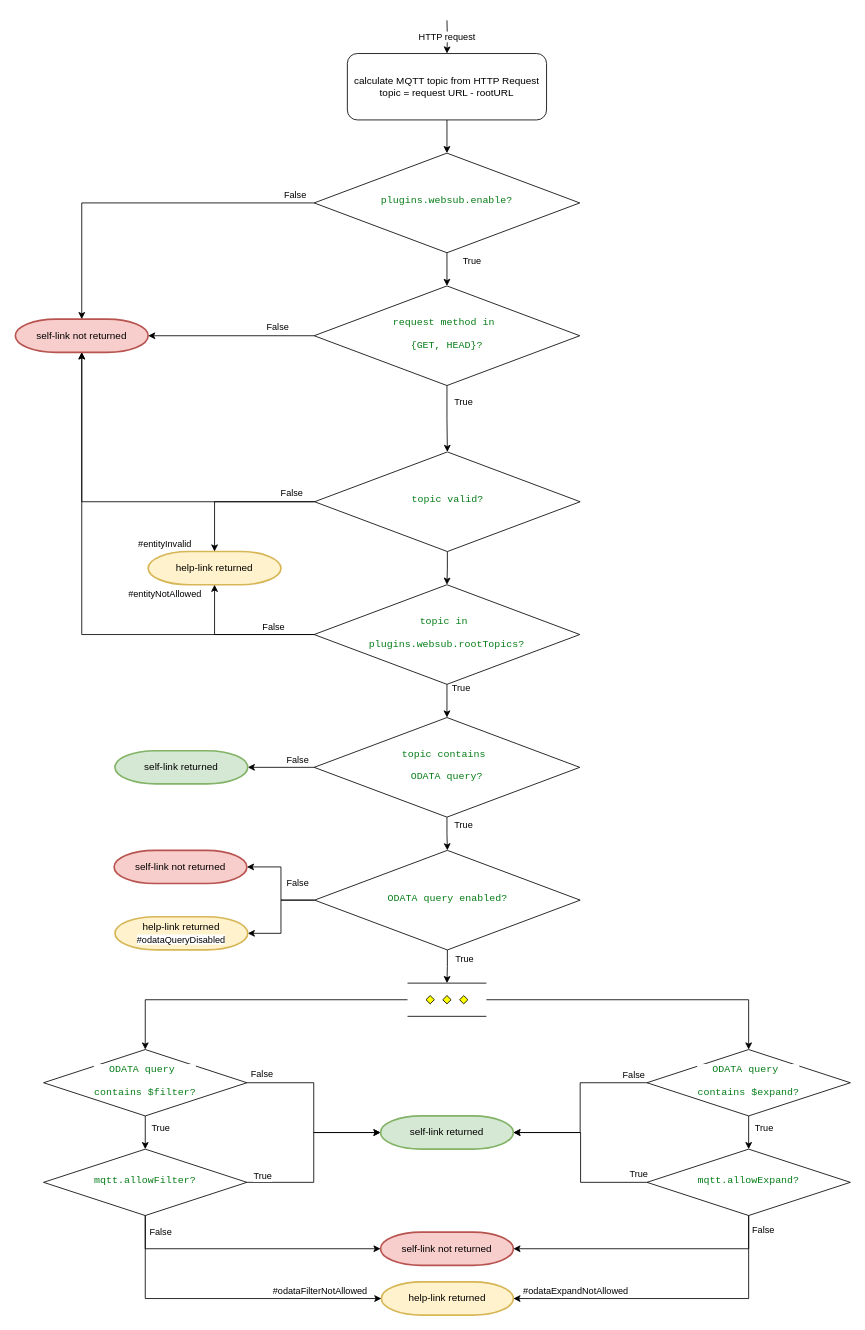
Earlier version of the draw.io diagram Logic.drawio (securedimensions/FROST-Server-WebSub). Source tidied: cells renumbered, new cells numbered last; positions are measured from the earlier drawing's top-left corner, leaving out a move shared by most shapes. Both pictures are drawn from the tidied source at 83%, with x=0, y=0 at pixel (15, 20).
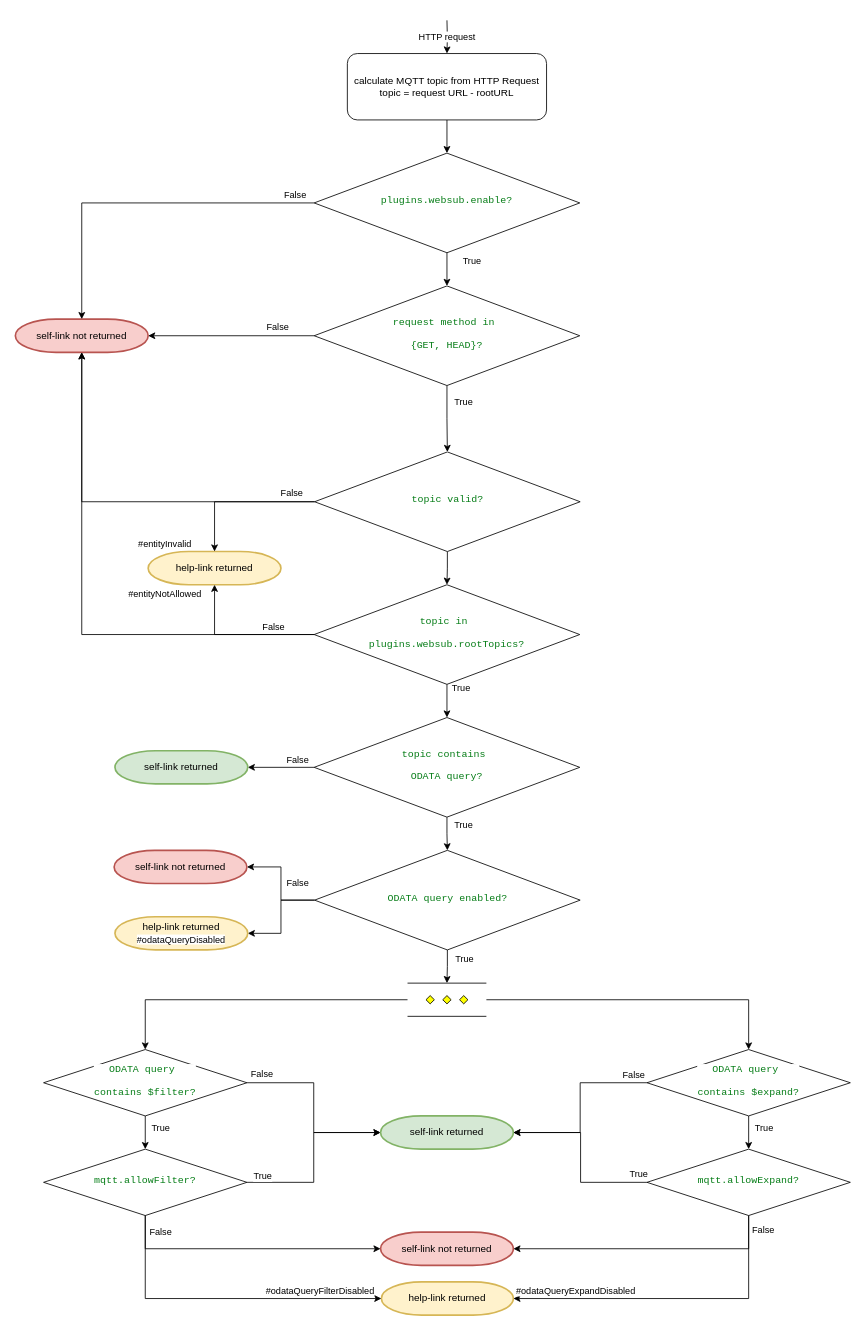
Above is the later version.

Unchanged cells that the change refers to:
```xml
<mxCell id="46" style="edgeStyle=orthogonalEdgeStyle;rounded=0;jettySize=auto;html=1;entryX=0;entryY=0.5;entryDx=0;entryDy=0;entryPerimeter=0;" parent="1" edge="1" source="17" target="45">
  <mxGeometry relative="1" as="geometry">
    <Array as="points">
      <mxPoint x="157" y="1540" />
    </Array>
  </mxGeometry>
</mxCell>
<mxCell id="48" style="edgeStyle=orthogonalEdgeStyle;rounded=0;jettySize=auto;html=1;entryX=1;entryY=0.5;entryDx=0;entryDy=0;entryPerimeter=0;" parent="1" edge="1" source="30" target="45">
  <mxGeometry relative="1" as="geometry">
    <Array as="points">
      <mxPoint x="884" y="1540" />
    </Array>
  </mxGeometry>
</mxCell>
```

The edit, as a diff of the source:
```diff
@@
-    <mxCell id="47" value="#odataFilterNotAllowed" style="edgeLabel;html=1;align=center;verticalAlign=middle;" parent="46" vertex="1">
+    <mxCell id="47" value="#odataQueryFilterDisabled" style="edgeLabel;html=1;align=center;verticalAlign=middle;" parent="46" vertex="1">
       <mxGeometry x="0.44" y="3" relative="1" as="geometry">
         <mxPoint x="33" y="-7" as="offset" />
       </mxGeometry>
     </mxCell>
@@
-    <mxCell id="49" value="#odataExpandNotAllowed" style="edgeLabel;html=1;align=center;verticalAlign=middle;" parent="48" vertex="1">
+    <mxCell id="49" value="#odataQueryExpandDisabled" style="edgeLabel;html=1;align=center;verticalAlign=middle;" parent="48" vertex="1">
       <mxGeometry x="0.69" y="-1" relative="1" as="geometry">
         <mxPoint x="15" y="-9" as="offset" />
       </mxGeometry>
     </mxCell>
```
